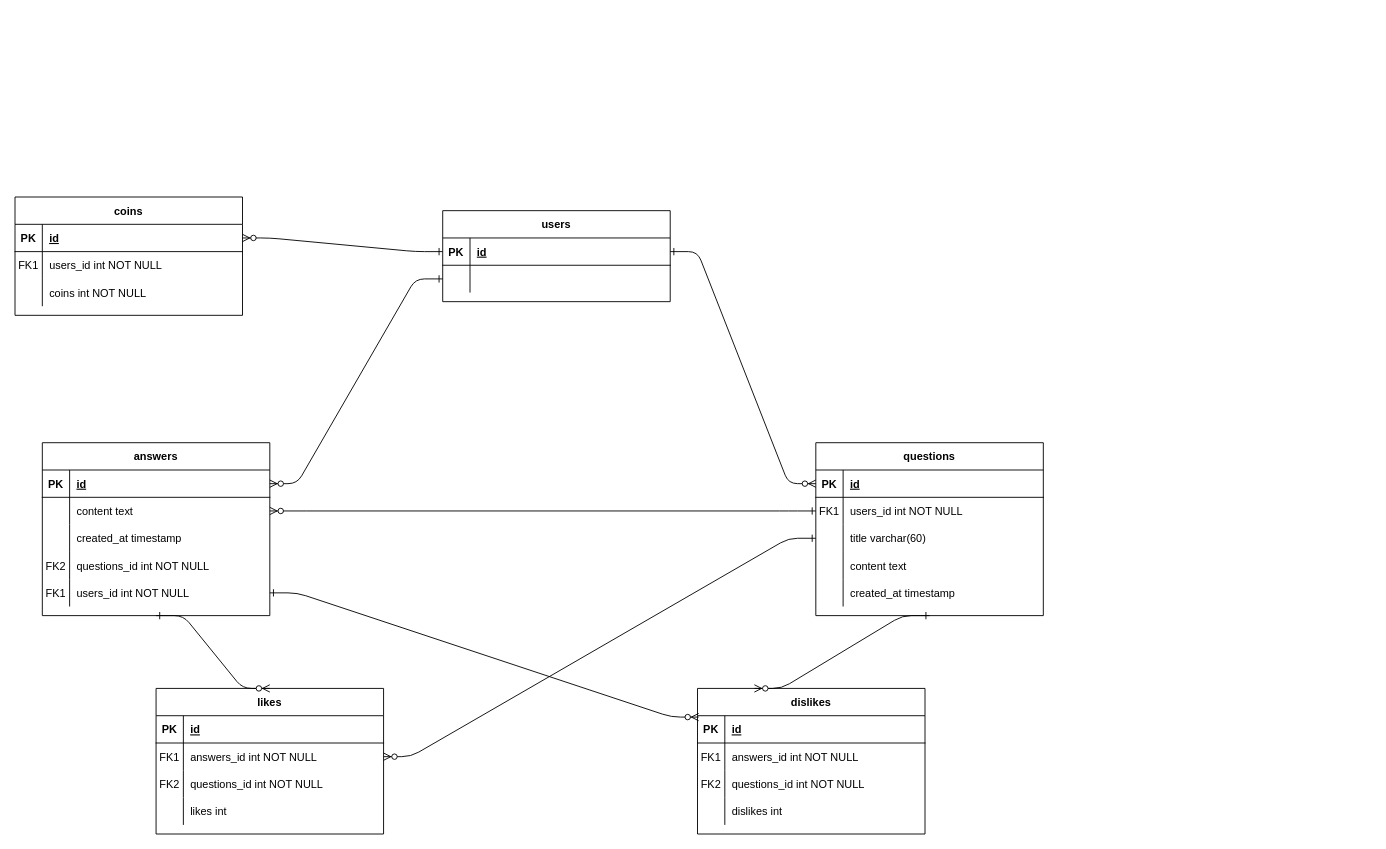
Before: diagrama_er.drawio in cinnamon17/answers, a draw.io diagram. Source tidied: cells renumbered, new cells numbered last; positions are measured from the earlier drawing's top-left corner, leaving out a move shared by most shapes. Both pictures are drawn from the tidied source at 91%, with x=0, y=0 at pixel (15, 197).
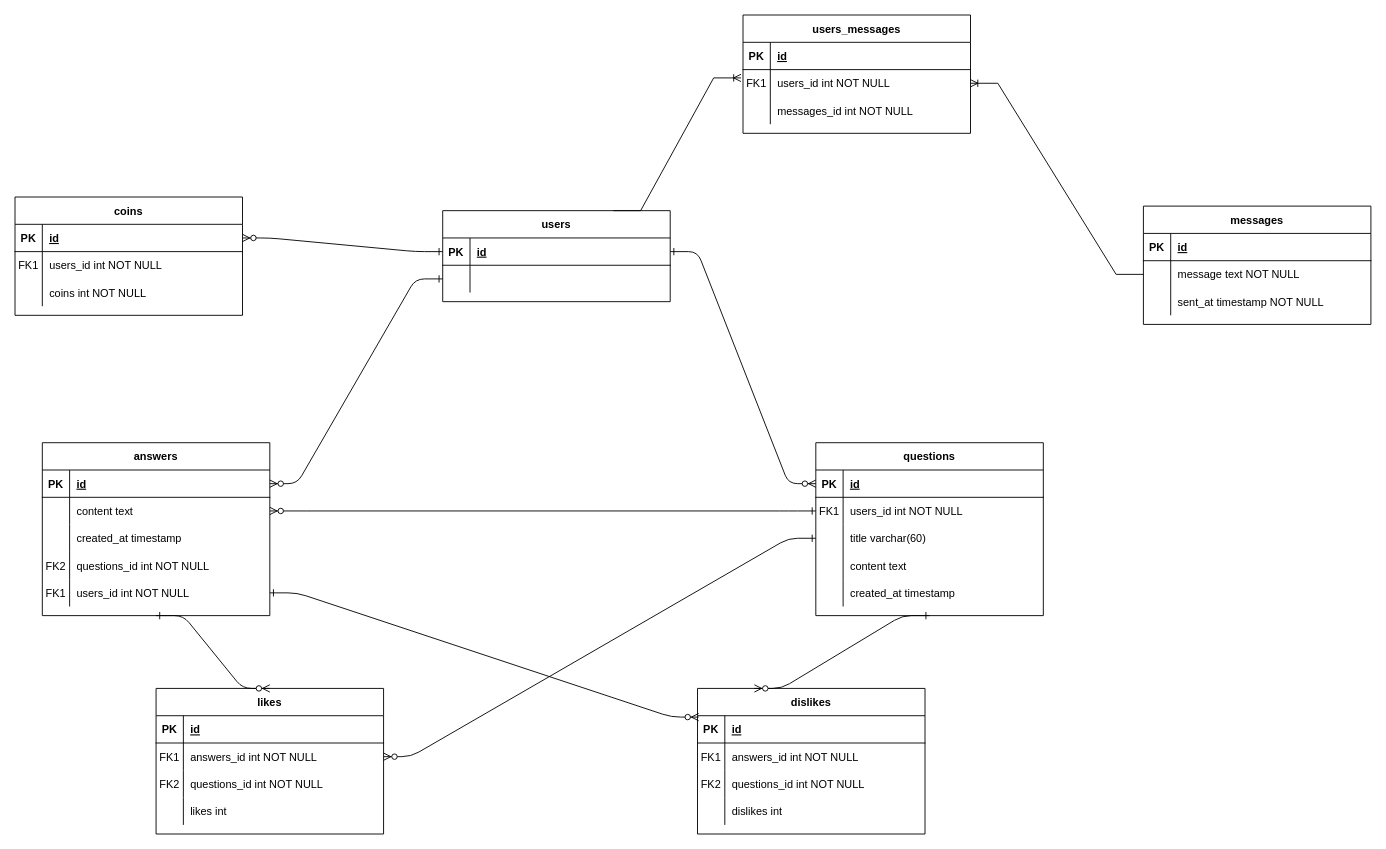
Above is the later version.

Commit message (it also covers changes not shown here):
table message added

Unchanged cells that the change refers to:
```xml
<mxCell id="33" value="users" style="shape=table;startSize=30;childLayout=tableLayout;rowLines=0;fontStyle=1;align=center;" parent="1" vertex="1">
  <mxGeometry x="470" y="15" width="250" height="100" as="geometry" />
</mxCell>
```

Diff of the diagram source:
```diff
@@
+    <mxCell id="85" value="users_messages" style="shape=table;startSize=30;childLayout=tableLayout;rowLines=0;fontStyle=1;align=center;" parent="1" vertex="1">
+      <mxGeometry x="800" y="-200" width="250" height="130" as="geometry" />
+    </mxCell>
+    <mxCell id="86" style="shape=partialRectangle;fillColor=none;top=0;left=0;right=0;bottom=1;" parent="85" vertex="1">
+      <mxGeometry y="30" width="250" height="30" as="geometry" />
+    </mxCell>
+    <mxCell id="87" value="PK" style="shape=partialRectangle;overflow=hidden;fillColor=none;top=0;left=0;bottom=0;right=0;fontStyle=1;" parent="86" vertex="1">
+      <mxGeometry width="30" height="30" as="geometry" />
+    </mxCell>
+    <mxCell id="88" value="id" style="shape=partialRectangle;overflow=hidden;fillColor=none;top=0;left=0;bottom=0;right=0;align=left;spacingLeft=6;fontStyle=5;" parent="86" vertex="1">
+      <mxGeometry x="30" width="220" height="30" as="geometry" />
+    </mxCell>
+    <mxCell id="89" style="shape=partialRectangle;fillColor=none;points=[[0,0.5],[1,0.5]];portConstraint=eastwest;top=0;left=0;right=0;bottom=0;" parent="85" vertex="1">
+      <mxGeometry y="60" width="250" height="30" as="geometry" />
+    </mxCell>
+    <mxCell id="90" value="FK1" style="shape=partialRectangle;overflow=hidden;fillColor=none;top=0;left=0;bottom=0;right=0;" parent="89" vertex="1">
+      <mxGeometry width="30" height="30" as="geometry" />
+    </mxCell>
+    <mxCell id="91" value="users_id int NOT NULL" style="shape=partialRectangle;overflow=hidden;fillColor=none;top=0;left=0;bottom=0;right=0;align=left;spacingLeft=6;" parent="89" vertex="1">
+      <mxGeometry x="30" width="220" height="30" as="geometry" />
+    </mxCell>
+    <mxCell id="92" style="shape=partialRectangle;fillColor=none;top=0;left=0;right=0;bottom=0;" parent="85" vertex="1">
+      <mxGeometry y="90" width="250" height="30" as="geometry" />
+    </mxCell>
+    <mxCell id="93" style="shape=partialRectangle;overflow=hidden;fillColor=none;top=0;left=0;bottom=0;right=0;" parent="92" vertex="1">
+      <mxGeometry width="30" height="30" as="geometry" />
+    </mxCell>
+    <mxCell id="94" value="messages_id int NOT NULL" style="shape=partialRectangle;overflow=hidden;fillColor=none;top=0;left=0;bottom=0;right=0;align=left;spacingLeft=6;" parent="92" vertex="1">
+      <mxGeometry x="30" width="220" height="30" as="geometry" />
+    </mxCell>
+    <mxCell id="95" value="messages" style="shape=table;startSize=30;childLayout=tableLayout;rowLines=0;fontStyle=1;align=center;" parent="1" vertex="1">
+      <mxGeometry x="1240" y="10" width="250" height="130" as="geometry" />
+    </mxCell>
+    <mxCell id="96" style="shape=partialRectangle;fillColor=none;top=0;left=0;right=0;bottom=1;" parent="95" vertex="1">
+      <mxGeometry y="30" width="250" height="30" as="geometry" />
+    </mxCell>
+    <mxCell id="97" value="PK" style="shape=partialRectangle;overflow=hidden;fillColor=none;top=0;left=0;bottom=0;right=0;fontStyle=1;" parent="96" vertex="1">
+      <mxGeometry width="30" height="30" as="geometry" />
+    </mxCell>
+    <mxCell id="98" value="id" style="shape=partialRectangle;overflow=hidden;fillColor=none;top=0;left=0;bottom=0;right=0;align=left;spacingLeft=6;fontStyle=5;" parent="96" vertex="1">
+      <mxGeometry x="30" width="220" height="30" as="geometry" />
+    </mxCell>
+    <mxCell id="99" style="shape=partialRectangle;fillColor=none;points=[[0,0.5],[1,0.5]];portConstraint=eastwest;top=0;left=0;right=0;bottom=0;" parent="95" vertex="1">
+      <mxGeometry y="60" width="250" height="30" as="geometry" />
+    </mxCell>
+    <mxCell id="100" style="shape=partialRectangle;overflow=hidden;fillColor=none;top=0;left=0;bottom=0;right=0;" parent="99" vertex="1">
+      <mxGeometry width="30" height="30" as="geometry" />
+    </mxCell>
+    <mxCell id="101" value="message text NOT NULL" style="shape=partialRectangle;overflow=hidden;fillColor=none;top=0;left=0;bottom=0;right=0;align=left;spacingLeft=6;" parent="99" vertex="1">
+      <mxGeometry x="30" width="220" height="30" as="geometry" />
+    </mxCell>
+    <mxCell id="102" style="shape=partialRectangle;fillColor=none;top=0;left=0;right=0;bottom=0;" parent="95" vertex="1">
+      <mxGeometry y="90" width="250" height="30" as="geometry" />
+    </mxCell>
+    <mxCell id="103" style="shape=partialRectangle;overflow=hidden;fillColor=none;top=0;left=0;bottom=0;right=0;" parent="102" vertex="1">
+      <mxGeometry width="30" height="30" as="geometry" />
+    </mxCell>
+    <mxCell id="104" value="sent_at timestamp NOT NULL" style="shape=partialRectangle;overflow=hidden;fillColor=none;top=0;left=0;bottom=0;right=0;align=left;spacingLeft=6;" parent="102" vertex="1">
+      <mxGeometry x="30" width="220" height="30" as="geometry" />
+    </mxCell>
+    <mxCell id="105" style="edgeStyle=entityRelationEdgeStyle;fontSize=12;html=1;endArrow=ERoneToMany;rounded=0;exitX=0.75;exitY=0;exitDx=0;exitDy=0;entryX=-0.009;entryY=0.304;entryDx=0;entryDy=0;entryPerimeter=0;" parent="1" edge="1" source="33" target="89">
+      <mxGeometry relative="1" as="geometry" />
+    </mxCell>
+    <mxCell id="106" style="edgeStyle=entityRelationEdgeStyle;fontSize=12;html=1;endArrow=ERoneToMany;rounded=0;exitX=0;exitY=0.5;exitDx=0;exitDy=0;" parent="1" edge="1" source="99" target="89">
+      <mxGeometry relative="1" as="geometry" />
+    </mxCell>
```
